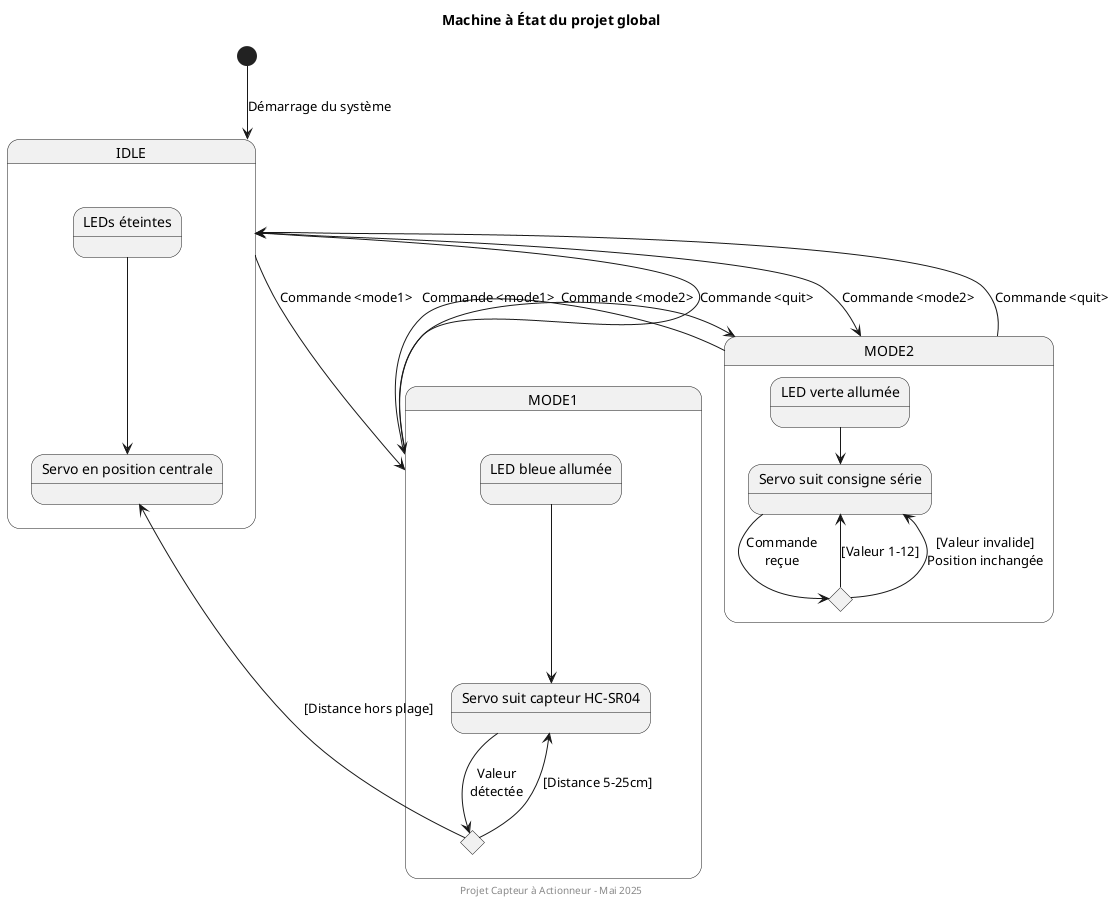
Earlier version of the PlantUML export doc-README/MAE.png (AzTaiiyoo/Capteur_actionneur).
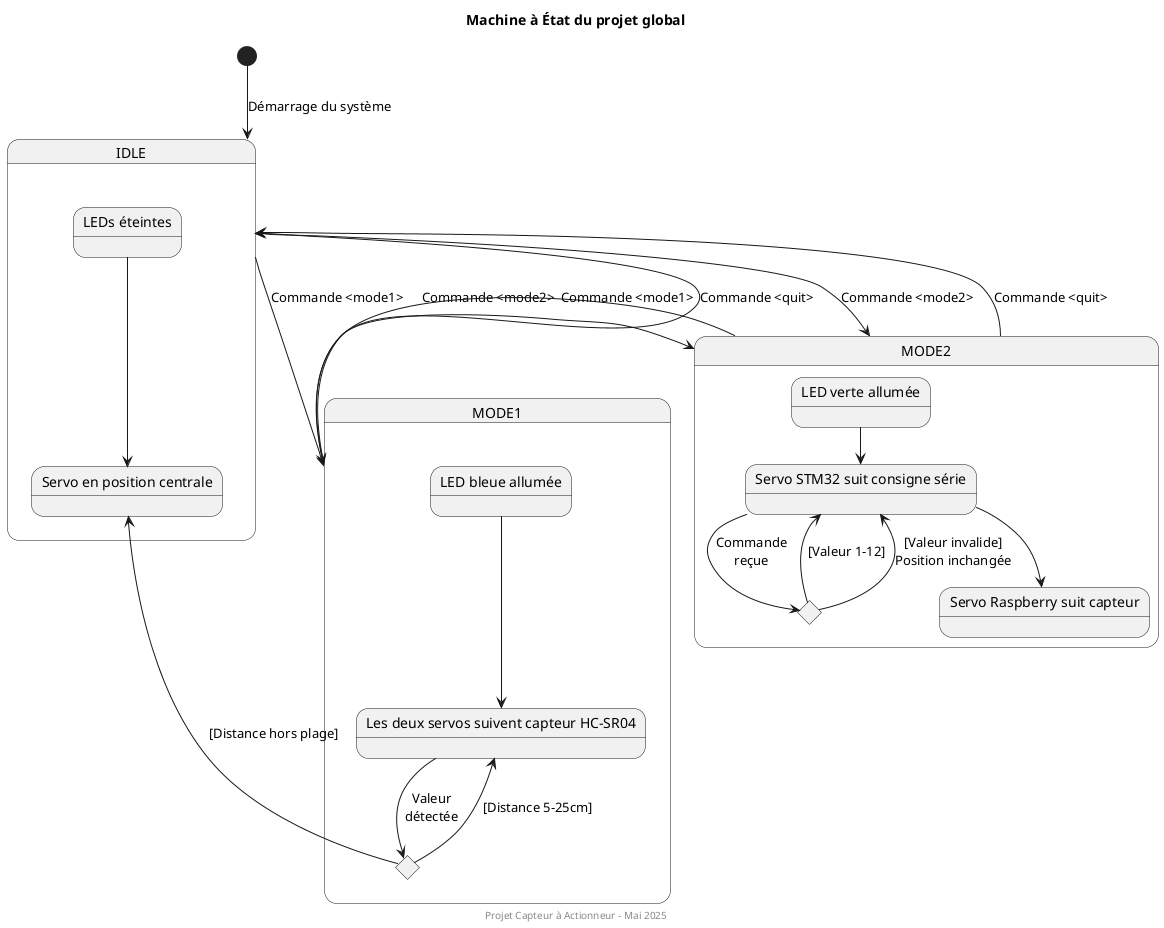
Later version of the same file.

What changed in the source:
```diff
@@ -12,18 +12,21 @@
 
 state "MODE2" as mode2 {
   state "LED verte allumée" as mode2_led
-  state "Servo suit consigne série" as mode2_servo
-  mode2_led -down-> mode2_servo
+  state "Servo STM32 suit consigne série" as mode2_servo_stm
+  state "Servo Raspberry suit capteur" as mode2_servo_rasp
+
+  mode2_led -down-> mode2_servo_stm
+  mode2_servo_stm -down-> mode2_servo_rasp
 
   state value_choice <<choice>>
-  mode2_servo -down-> value_choice : Commande\nreçue
-  value_choice -up-> mode2_servo : [Valeur 1-12]
-  value_choice -down-> mode2_servo : [Valeur invalide]\nPosition inchangée
+  mode2_servo_stm -right-> value_choice : Commande\nreçue
+  value_choice -up-> mode2_servo_stm : [Valeur 1-12]
+  value_choice -right-> mode2_servo_stm : [Valeur invalide]\nPosition inchangée
 }
 
 state "MODE1" as mode1 {
   state "LED bleue allumée" as mode1_led
-  state "Servo suit capteur HC-SR04" as mode1_servo
+  state "Les deux servos suivent capteur HC-SR04" as mode1_servo
   mode1_led -down-> mode1_servo
 
   state mode1_choice <<choice>>
@@ -36,8 +39,8 @@
 mode1 -up-> idle : Commande <quit>
 idle -up-> mode1 : Commande <mode1>
 mode2 -up-> idle : Commande <quit>
-mode1 -left-> mode2 : Commande <mode2>
-mode2 -left-> mode1 : Commande <mode1>
+mode1 -right-> mode2 : Commande <mode2>
+mode2 -right-> mode1 : Commande <mode1>
 
 footer Projet Capteur à Actionneur - Mai 2025
 
```
